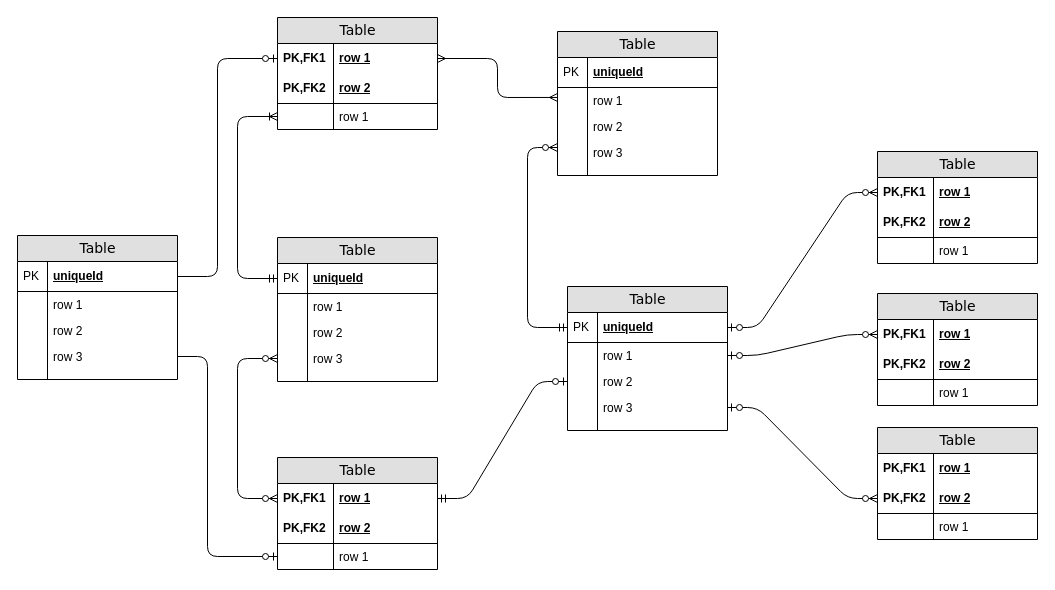
The draw.io diagram ERD Library Mgmt System .drawio in Ritikup/Database-Diagrams, before the edit. Source tidied: cells renumbered, new cells numbered last; positions are measured from the earlier drawing's top-left corner, leaving out a move shared by most shapes. Both pictures are drawn from the tidied source at 100%, with x=0, y=0 at pixel (17, 17).
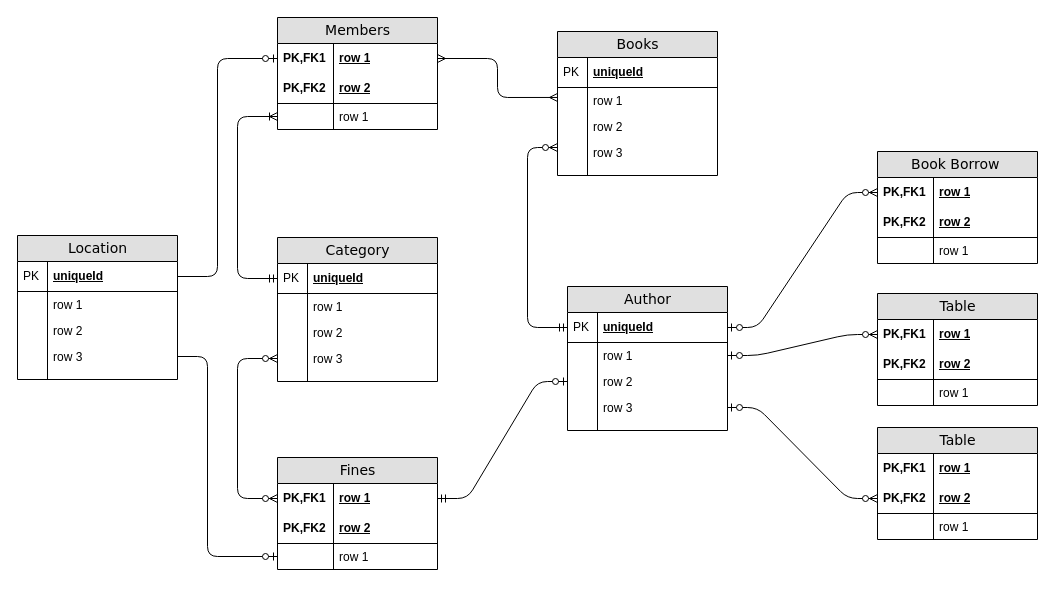
The same page after the edit.

What changed in the source:
```diff
@@
-    <mxCell id="2" value="Table" style="swimlane;html=1;fontStyle=0;horizontal=1;startSize=26;fillColor=#e0e0e0;swimlaneFillColor=#ffffff;align=center;rounded=0;shadow=0;comic=0;labelBackgroundColor=none;strokeWidth=1;fontFamily=Verdana;fontSize=14;" parent="1" vertex="1">
+    <mxCell id="2" value="Members" style="swimlane;html=1;fontStyle=0;horizontal=1;startSize=26;fillColor=#e0e0e0;swimlaneFillColor=#ffffff;align=center;rounded=0;shadow=0;comic=0;labelBackgroundColor=none;strokeWidth=1;fontFamily=Verdana;fontSize=14;" parent="1" vertex="1">
       <mxGeometry x="260" width="160" height="112" as="geometry" />
     </mxCell>
@@
-    <mxCell id="9" value="Table" style="swimlane;html=1;fontStyle=0;horizontal=1;startSize=26;fillColor=#e0e0e0;swimlaneFillColor=#ffffff;align=center;rounded=0;shadow=0;comic=0;labelBackgroundColor=none;strokeWidth=1;fontFamily=Verdana;fontSize=14;swimlaneLine=1;" parent="1" vertex="1">
+    <mxCell id="9" value="Books" style="swimlane;html=1;fontStyle=0;horizontal=1;startSize=26;fillColor=#e0e0e0;swimlaneFillColor=#ffffff;align=center;rounded=0;shadow=0;comic=0;labelBackgroundColor=none;strokeWidth=1;fontFamily=Verdana;fontSize=14;swimlaneLine=1;" parent="1" vertex="1">
       <mxGeometry x="540" y="14" width="160" height="144" as="geometry" />
     </mxCell>
@@
-    <mxCell id="20" value="Table" style="swimlane;html=1;fontStyle=0;horizontal=1;startSize=26;fillColor=#e0e0e0;swimlaneFillColor=#ffffff;align=center;rounded=0;shadow=0;comic=0;labelBackgroundColor=none;strokeWidth=1;fontFamily=Verdana;fontSize=14;" parent="1" vertex="1">
+    <mxCell id="20" value="Category" style="swimlane;html=1;fontStyle=0;horizontal=1;startSize=26;fillColor=#e0e0e0;swimlaneFillColor=#ffffff;align=center;rounded=0;shadow=0;comic=0;labelBackgroundColor=none;strokeWidth=1;fontFamily=Verdana;fontSize=14;" parent="1" vertex="1">
       <mxGeometry x="260" y="220" width="160" height="144" as="geometry" />
     </mxCell>
@@
-    <mxCell id="31" value="Table" style="swimlane;html=1;fontStyle=0;horizontal=1;startSize=26;fillColor=#e0e0e0;swimlaneFillColor=#ffffff;align=center;rounded=0;shadow=0;comic=0;labelBackgroundColor=none;strokeWidth=1;fontFamily=Verdana;fontSize=14;" parent="1" vertex="1">
+    <mxCell id="31" value="Author" style="swimlane;html=1;fontStyle=0;horizontal=1;startSize=26;fillColor=#e0e0e0;swimlaneFillColor=#ffffff;align=center;rounded=0;shadow=0;comic=0;labelBackgroundColor=none;strokeWidth=1;fontFamily=Verdana;fontSize=14;" parent="1" vertex="1">
       <mxGeometry x="550" y="269" width="160" height="144" as="geometry" />
     </mxCell>
@@
-    <mxCell id="42" value="Table" style="swimlane;html=1;fontStyle=0;horizontal=1;startSize=26;fillColor=#e0e0e0;swimlaneFillColor=#ffffff;align=center;rounded=0;shadow=0;comic=0;labelBackgroundColor=none;strokeWidth=1;fontFamily=Verdana;fontSize=14;" parent="1" vertex="1">
+    <mxCell id="42" value="Book Borrow&amp;nbsp;" style="swimlane;html=1;fontStyle=0;horizontal=1;startSize=26;fillColor=#e0e0e0;swimlaneFillColor=#ffffff;align=center;rounded=0;shadow=0;comic=0;labelBackgroundColor=none;strokeWidth=1;fontFamily=Verdana;fontSize=14;" parent="1" vertex="1">
       <mxGeometry x="860" y="134" width="160" height="112" as="geometry" />
     </mxCell>
@@
-    <mxCell id="49" value="Table" style="swimlane;html=1;fontStyle=0;horizontal=1;startSize=26;fillColor=#e0e0e0;swimlaneFillColor=#ffffff;align=center;rounded=0;shadow=0;comic=0;labelBackgroundColor=none;strokeWidth=1;fontFamily=Verdana;fontSize=14;" parent="1" vertex="1">
+    <mxCell id="49" value="Fines" style="swimlane;html=1;fontStyle=0;horizontal=1;startSize=26;fillColor=#e0e0e0;swimlaneFillColor=#ffffff;align=center;rounded=0;shadow=0;comic=0;labelBackgroundColor=none;strokeWidth=1;fontFamily=Verdana;fontSize=14;" parent="1" vertex="1">
       <mxGeometry x="260" y="440" width="160" height="112" as="geometry" />
     </mxCell>
@@
-    <mxCell id="78" value="Table" style="swimlane;html=1;fontStyle=0;horizontal=1;startSize=26;fillColor=#e0e0e0;swimlaneFillColor=#ffffff;align=center;rounded=0;shadow=0;comic=0;labelBackgroundColor=none;strokeWidth=1;fontFamily=Verdana;fontSize=14;" parent="1" vertex="1">
+    <mxCell id="78" value="Location" style="swimlane;html=1;fontStyle=0;horizontal=1;startSize=26;fillColor=#e0e0e0;swimlaneFillColor=#ffffff;align=center;rounded=0;shadow=0;comic=0;labelBackgroundColor=none;strokeWidth=1;fontFamily=Verdana;fontSize=14;" parent="1" vertex="1">
       <mxGeometry y="218" width="160" height="144" as="geometry" />
     </mxCell>
```
